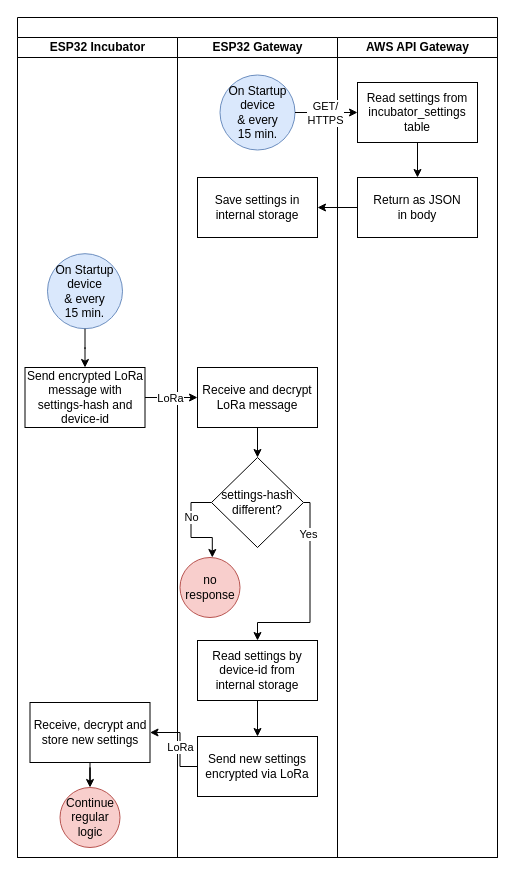
Before: settings_read_update_incubator_gateway.drawio in goblingift/DrawIO, a draw.io diagram. Source tidied: cells renumbered, new cells numbered last; positions are measured from the earlier drawing's top-left corner, leaving out a move shared by most shapes. Both pictures are drawn from the tidied source at 100%, with x=0, y=0 at pixel (17, 17).
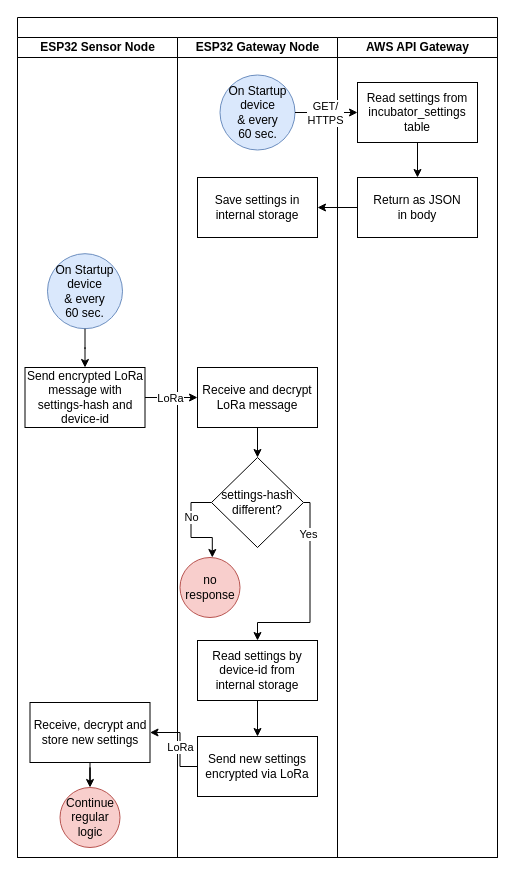
After the change.

Unchanged cells that the change refers to:
```xml
<mxCell id="2" style="swimlane;html=1;startSize=20;rounded=0;shadow=0;labelBackgroundColor=none;strokeWidth=1;fontFamily=Verdana;fontSize=8;align=center;" parent="1" vertex="1">
  <mxGeometry width="480" height="840" as="geometry" />
</mxCell>
```

The edit, as a diff of the source:
```diff
@@
-    <mxCell id="3" value="ESP32 Incubator" style="swimlane;html=1;startSize=20;" parent="2" vertex="1">
+    <mxCell id="3" value="ESP32 Sensor Node" style="swimlane;html=1;startSize=20;" parent="2" vertex="1">
       <mxGeometry y="20" width="160" height="820" as="geometry" />
     </mxCell>
-    <mxCell id="4" value="On Startup&lt;div&gt;device&lt;/div&gt;&lt;div&gt;&amp;amp; every&lt;/div&gt;&lt;div&gt;15 min.&lt;/div&gt;" style="ellipse;whiteSpace=wrap;html=1;fillColor=#dae8fc;strokeColor=#6c8ebf;" parent="3" vertex="1">
+    <mxCell id="4" value="On Startup&lt;div&gt;device&lt;/div&gt;&lt;div&gt;&amp;amp; every&lt;/div&gt;&lt;div&gt;60 sec.&lt;/div&gt;" style="ellipse;whiteSpace=wrap;html=1;fillColor=#dae8fc;strokeColor=#6c8ebf;" parent="3" vertex="1">
       <mxGeometry x="30" y="216.2" width="75" height="75" as="geometry" />
     </mxCell>
-    <mxCell id="5" value="ESP32 Gateway" style="swimlane;html=1;startSize=20;" parent="2" vertex="1">
+    <mxCell id="5" value="ESP32 Gateway Node" style="swimlane;html=1;startSize=20;" parent="2" vertex="1">
       <mxGeometry x="160" y="20" width="160" height="820" as="geometry" />
     </mxCell>
-    <mxCell id="6" value="On Startup&lt;div&gt;device&lt;/div&gt;&lt;div&gt;&amp;amp; every&lt;/div&gt;&lt;div&gt;15 min.&lt;/div&gt;" style="ellipse;whiteSpace=wrap;html=1;fillColor=#dae8fc;strokeColor=#6c8ebf;" parent="5" vertex="1">
+    <mxCell id="6" value="On Startup&lt;div&gt;device&lt;/div&gt;&lt;div&gt;&amp;amp; every&lt;/div&gt;&lt;div&gt;60 sec.&lt;/div&gt;" style="ellipse;whiteSpace=wrap;html=1;fillColor=#dae8fc;strokeColor=#6c8ebf;" parent="5" vertex="1">
       <mxGeometry x="42.5" y="37.5" width="75" height="75" as="geometry" />
     </mxCell>
```
